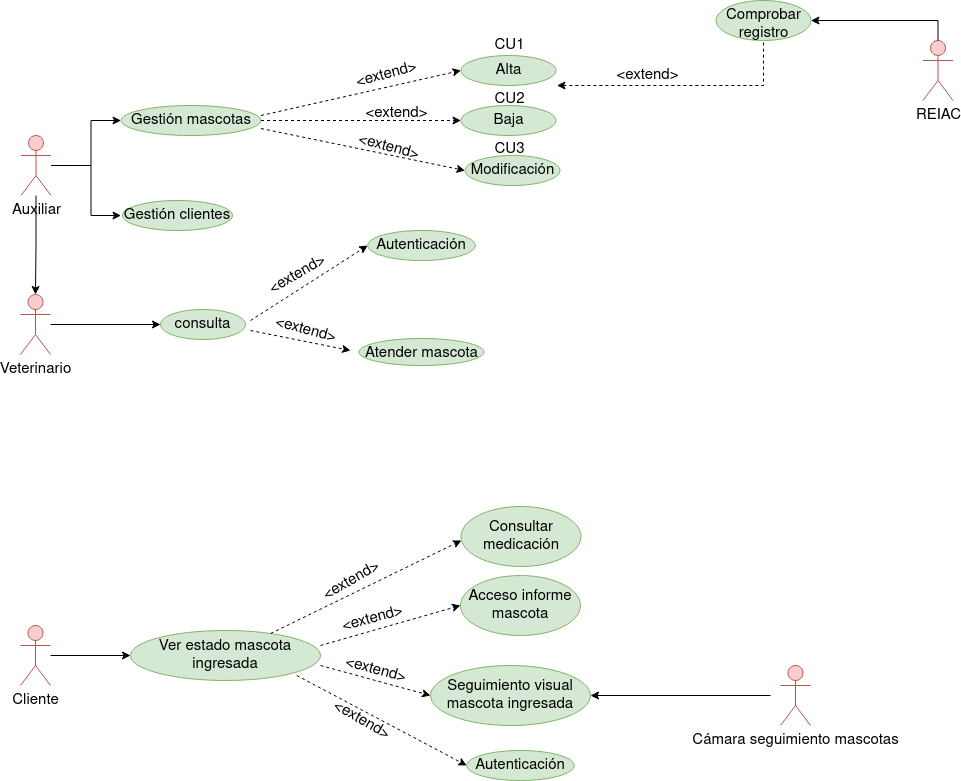
colidom/ets keeps this draw.io diagram as Tareas/casosUso/Tarea1/img/ClinicaVeterinaria.drawio.png. Above is the earlier version. Source tidied: cells renumbered, new cells last; positions are measured from the earlier drawing's top-left corner, leaving out a move shared by most shapes.
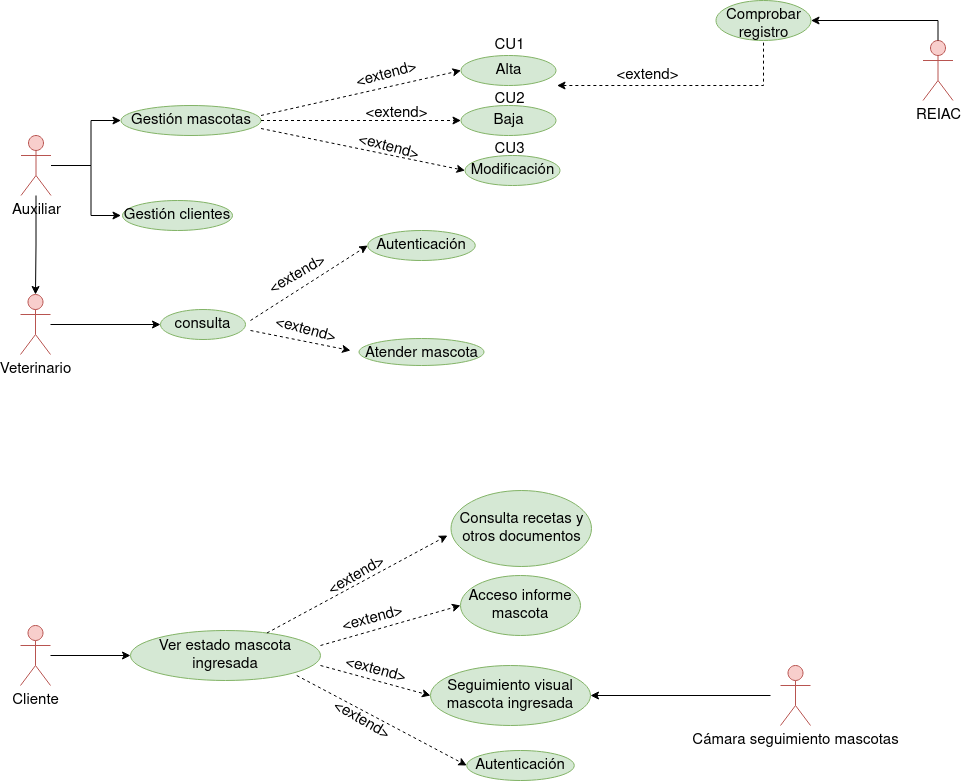
The same diagram one commit later.

Diff of the diagram source:
```diff
@@ -167,16 +167,14 @@
     <mxCell id="47" value="&lt;font style=&quot;font-size: 15px;&quot;&gt;&amp;lt;extend&amp;gt;&lt;/font&gt;" style="text;html=1;align=center;verticalAlign=middle;strokeColor=none;fillColor=none;fontSize=15;rotation=30;" parent="1" vertex="1">
       <mxGeometry x="295.8" y="705" width="90" height="30" as="geometry" />
     </mxCell>
-    <mxCell id="48" value="Consultar medicación" style="ellipse;whiteSpace=wrap;html=1;fontSize=15;fillColor=#d5e8d4;strokeColor=#82b366;" parent="1" vertex="1">
-      <mxGeometry x="440.5" y="506" width="120" height="60" as="geometry" />
+    <mxCell id="48" value="Consulta recetas y otros documentos" style="ellipse;whiteSpace=wrap;html=1;fontSize=15;fillColor=#d5e8d4;strokeColor=#82b366;" parent="1" vertex="1">
+      <mxGeometry x="430.5" y="490" width="140.5" height="76" as="geometry" />
     </mxCell>
-    <mxCell id="49" style="endArrow=classic;html=1;rounded=0;fontSize=15;dashed=1;" parent="1" edge="1" source="36">
-      <mxGeometry relative="1" as="geometry">
-        <mxPoint x="441" y="540" as="targetPoint" />
-      </mxGeometry>
+    <mxCell id="49" style="endArrow=classic;html=1;rounded=0;fontSize=15;dashed=1;entryX=-0.025;entryY=0.592;entryDx=0;entryDy=0;entryPerimeter=0;" parent="1" edge="1" source="36" target="48">
+      <mxGeometry relative="1" as="geometry" />
     </mxCell>
     <mxCell id="50" value="&lt;font style=&quot;font-size: 15px;&quot;&gt;&amp;lt;extend&amp;gt;&lt;/font&gt;" style="text;html=1;align=center;verticalAlign=middle;strokeColor=none;fillColor=none;fontSize=15;rotation=-30;" parent="1" vertex="1">
-      <mxGeometry x="286" y="566" width="90" height="30" as="geometry" />
+      <mxGeometry x="291" y="561" width="90" height="30" as="geometry" />
     </mxCell>
   </root>
 </mxGraphModel>
```
